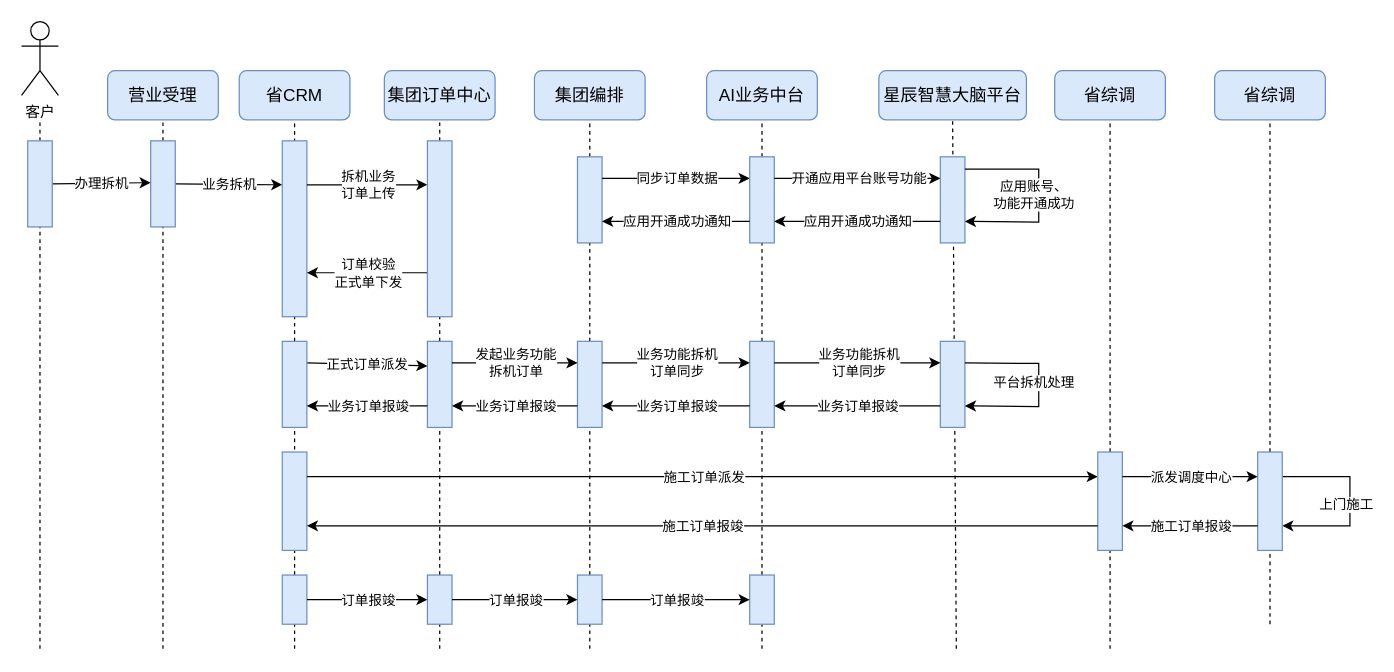
JQLIANG77/drowio keeps this draw.io diagram as 星辰智慧大脑拆机流程.drawio. Above is the earlier version. Source tidied: cells renumbered, new cells numbered last; positions are measured from the earlier drawing's top-left corner, leaving out a move shared by most shapes. Both pictures are drawn from the tidied source at 123%, with x=0, y=0 at pixel (21, 21).
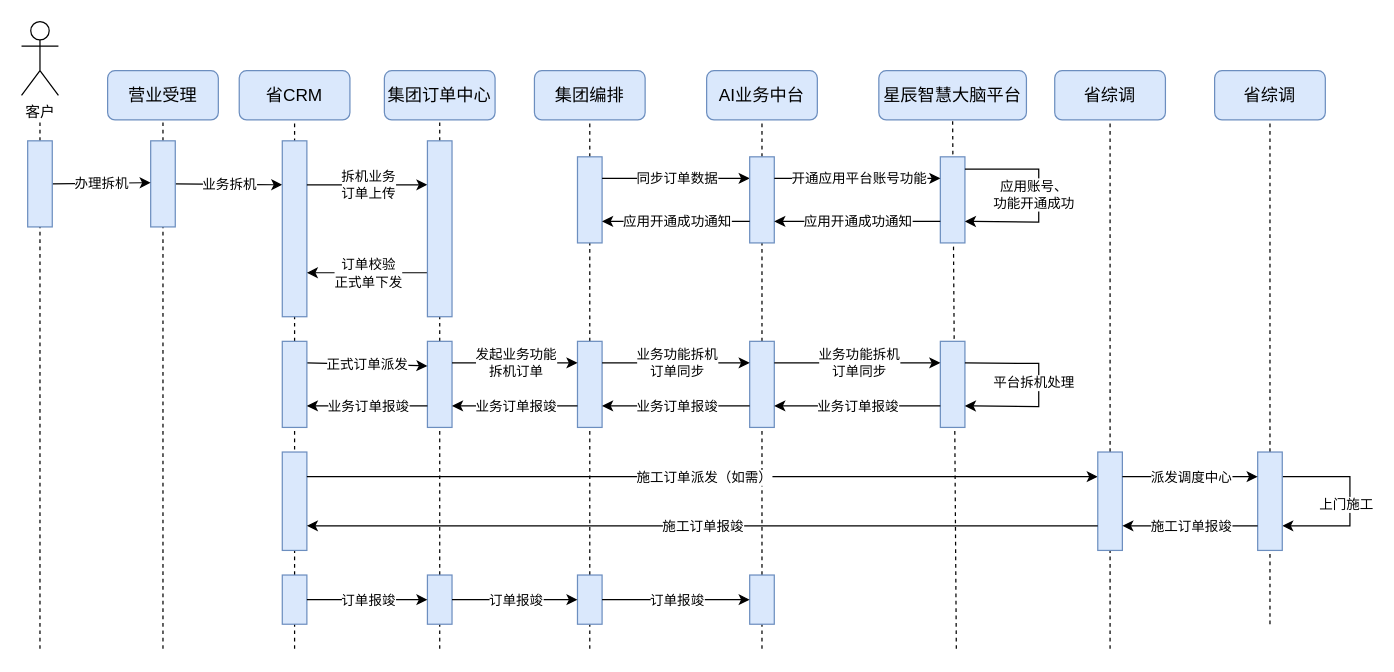
The same page after the edit.

Commit message:
更新星辰智慧大脑拆机流程.drawio

Unchanged cells that the change refers to:
```xml
<mxCell id="78" style="endArrow=classic;html=1;rounded=0;exitX=1;exitY=0.25;exitDx=0;exitDy=0;entryX=0;entryY=0.25;entryDx=0;entryDy=0;" parent="1" edge="1" source="77" target="83">
  <mxGeometry relative="1" as="geometry" />
</mxCell>
```

The edit, as a diff of the source:
```diff
@@
-    <mxCell id="79" value="施工订单派发" style="edgeLabel;html=1;align=center;verticalAlign=middle;" parent="78" vertex="1">
+    <mxCell id="79" value="施工订单派发（如需）" style="edgeLabel;html=1;align=center;verticalAlign=middle;" parent="78" vertex="1">
       <mxGeometry relative="1" as="geometry" />
     </mxCell>
```
